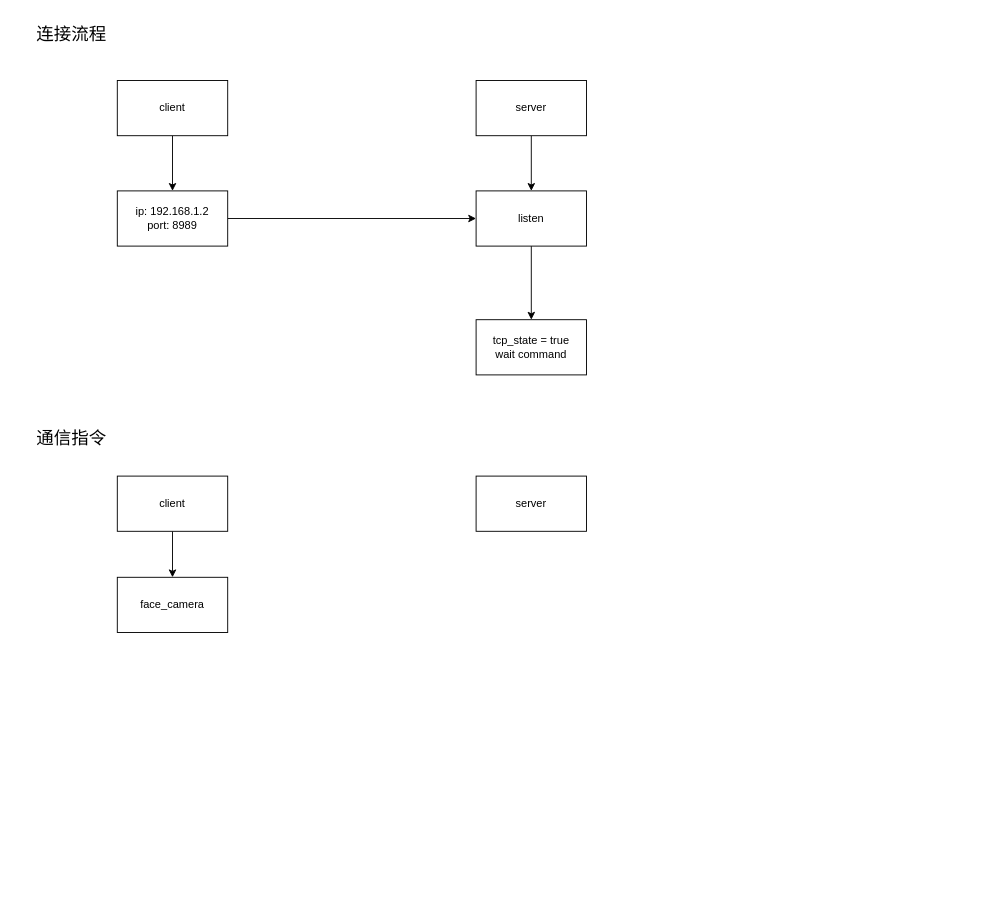
Before: page "新标定流程" (3 of 3) of 重构相机标定工具.drawio in Jev0987/drawioFile, a draw.io diagram. Source tidied: cells renumbered, new cells numbered last; positions are measured from the earlier drawing's top-left corner, leaving out a move shared by most shapes. Both pictures are drawn from the tidied source at 92%, with x=0, y=0 at pixel (25, 16).
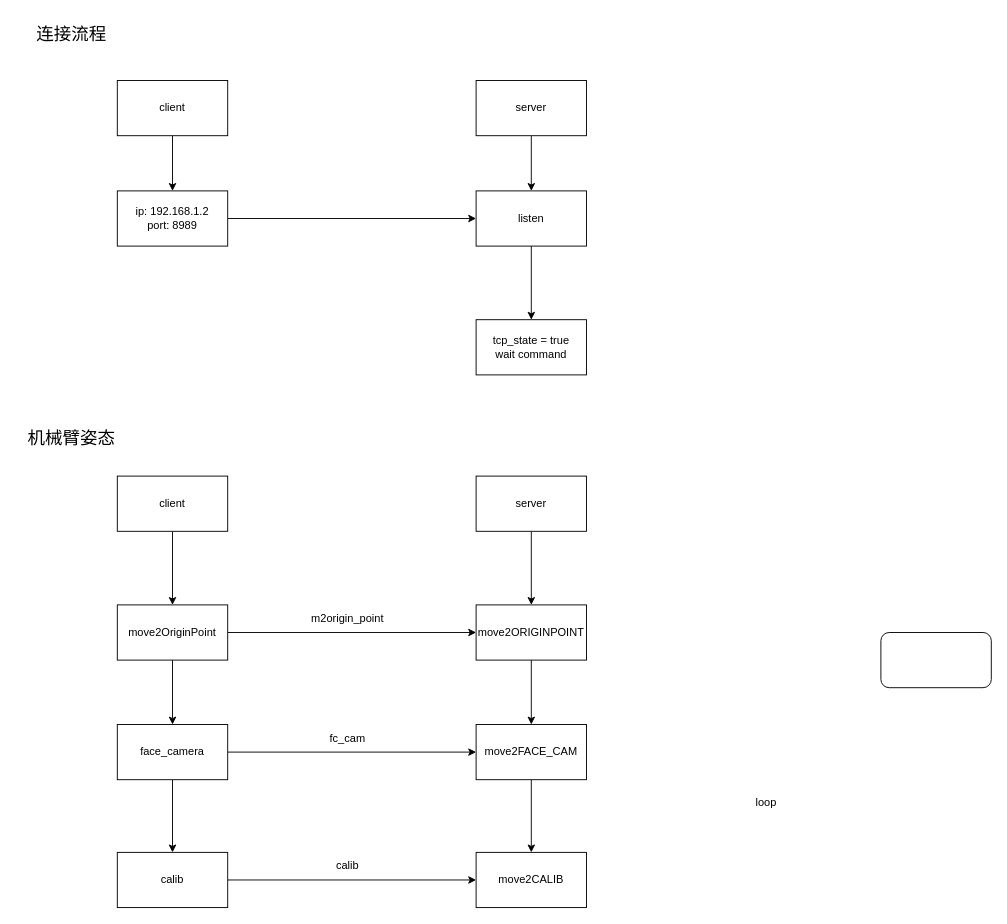
After the change.

Commit message:
更新重构相机标定工具.drawio

The change refers to these unchanged cells:
```xml
<mxCell id="14" value="client" style="whiteSpace=wrap;html=1;" parent="1" vertex="1">
  <mxGeometry x="100" y="500" width="120" height="60" as="geometry" />
</mxCell>
<mxCell id="15" value="server" style="whiteSpace=wrap;html=1;" parent="1" vertex="1">
  <mxGeometry x="490" y="500" width="120" height="60" as="geometry" />
</mxCell>
```

What changed in the source:
```diff
@@
-    <mxCell id="12" value="通信指令" style="text;html=1;align=center;verticalAlign=middle;strokeColor=none;fillColor=none;fontSize=19;" parent="1" vertex="1">
-      <mxGeometry y="440" width="100" height="40" as="geometry" />
+    <mxCell id="12" value="机械臂姿态" style="text;html=1;align=center;verticalAlign=middle;strokeColor=none;fillColor=none;fontSize=19;" parent="1" vertex="1">
+      <mxGeometry x="-10" y="440" width="120" height="40" as="geometry" />
     </mxCell>
-    <mxCell id="13" style="edgeStyle=orthogonalEdgeStyle;rounded=0;jettySize=auto;html=1;" parent="1" edge="1" source="14" target="16">
-      <mxGeometry relative="1" as="geometry" />
-    </mxCell>
+    <mxCell id="17" style="edgeStyle=orthogonalEdgeStyle;rounded=0;jettySize=auto;html=1;exitX=0.5;exitY=1;exitDx=0;exitDy=0;entryX=0.5;entryY=0;entryDx=0;entryDy=0;" parent="1" edge="1" source="14" target="28">
+      <mxGeometry relative="1" as="geometry" />
+    </mxCell>
@@
+    <mxCell id="18" style="edgeStyle=orthogonalEdgeStyle;rounded=0;jettySize=auto;html=1;exitX=0.5;exitY=1;exitDx=0;exitDy=0;entryX=0.5;entryY=0;entryDx=0;entryDy=0;" parent="1" edge="1" source="15" target="30">
+      <mxGeometry relative="1" as="geometry" />
+    </mxCell>
@@
+    <mxCell id="19" style="edgeStyle=orthogonalEdgeStyle;rounded=0;jettySize=auto;html=1;exitX=1;exitY=0.5;exitDx=0;exitDy=0;entryX=0;entryY=0.5;entryDx=0;entryDy=0;" parent="1" edge="1" source="16" target="22">
+      <mxGeometry relative="1" as="geometry" />
+    </mxCell>
+    <mxCell id="20" style="edgeStyle=orthogonalEdgeStyle;rounded=0;jettySize=auto;html=1;exitX=0.5;exitY=1;exitDx=0;exitDy=0;entryX=0.5;entryY=0;entryDx=0;entryDy=0;" parent="1" edge="1" source="16" target="33">
+      <mxGeometry relative="1" as="geometry" />
+    </mxCell>
     <mxCell id="16" value="face_camera" style="whiteSpace=wrap;html=1;" parent="1" vertex="1">
-      <mxGeometry x="100" y="610" width="120" height="60" as="geometry" />
+      <mxGeometry x="100" y="770" width="120" height="60" as="geometry" />
     </mxCell>
+    <mxCell id="21" style="edgeStyle=orthogonalEdgeStyle;rounded=0;jettySize=auto;html=1;exitX=0.5;exitY=1;exitDx=0;exitDy=0;entryX=0.5;entryY=0;entryDx=0;entryDy=0;" parent="1" edge="1" source="22" target="34">
+      <mxGeometry relative="1" as="geometry" />
+    </mxCell>
+    <mxCell id="22" value="move2FACE_CAM" style="whiteSpace=wrap;html=1;" parent="1" vertex="1">
+      <mxGeometry x="490" y="770" width="120" height="60" as="geometry" />
+    </mxCell>
+    <mxCell id="23" value="loop" style="text;html=1;align=center;verticalAlign=middle;strokeColor=none;fillColor=none;" parent="1" vertex="1">
+      <mxGeometry x="780" y="840" width="50" height="30" as="geometry" />
+    </mxCell>
+    <mxCell id="24" style="rounded=1;whiteSpace=wrap;html=1;" parent="1" vertex="1">
+      <mxGeometry x="930" y="670" width="120" height="60" as="geometry" />
+    </mxCell>
+    <mxCell id="25" value="fc_cam" style="text;html=1;align=center;verticalAlign=middle;strokeColor=none;fillColor=none;" parent="1" vertex="1">
+      <mxGeometry x="320" y="770" width="60" height="30" as="geometry" />
+    </mxCell>
+    <mxCell id="26" style="edgeStyle=orthogonalEdgeStyle;rounded=0;jettySize=auto;html=1;exitX=1;exitY=0.5;exitDx=0;exitDy=0;entryX=0;entryY=0.5;entryDx=0;entryDy=0;" parent="1" edge="1" source="28" target="30">
+      <mxGeometry relative="1" as="geometry" />
+    </mxCell>
+    <mxCell id="27" style="edgeStyle=orthogonalEdgeStyle;rounded=0;jettySize=auto;html=1;exitX=0.5;exitY=1;exitDx=0;exitDy=0;entryX=0.5;entryY=0;entryDx=0;entryDy=0;" parent="1" edge="1" source="28" target="16">
+      <mxGeometry relative="1" as="geometry" />
+    </mxCell>
+    <mxCell id="28" value="move2OriginPoint" style="whiteSpace=wrap;html=1;" parent="1" vertex="1">
+      <mxGeometry x="100" y="640" width="120" height="60" as="geometry" />
+    </mxCell>
+    <mxCell id="29" style="edgeStyle=orthogonalEdgeStyle;rounded=0;jettySize=auto;html=1;exitX=0.5;exitY=1;exitDx=0;exitDy=0;entryX=0.5;entryY=0;entryDx=0;entryDy=0;" parent="1" edge="1" source="30" target="22">
+      <mxGeometry relative="1" as="geometry" />
+    </mxCell>
+    <mxCell id="30" value="move2ORIGINPOINT" style="whiteSpace=wrap;html=1;" parent="1" vertex="1">
+      <mxGeometry x="490" y="640" width="120" height="60" as="geometry" />
+    </mxCell>
+    <mxCell id="31" value="m2origin_point" style="text;html=1;align=center;verticalAlign=middle;strokeColor=none;fillColor=none;" parent="1" vertex="1">
+      <mxGeometry x="300" y="640" width="100" height="30" as="geometry" />
+    </mxCell>
+    <mxCell id="32" style="edgeStyle=orthogonalEdgeStyle;rounded=0;jettySize=auto;html=1;exitX=1;exitY=0.5;exitDx=0;exitDy=0;entryX=0;entryY=0.5;entryDx=0;entryDy=0;" parent="1" edge="1" source="33" target="34">
+      <mxGeometry relative="1" as="geometry" />
+    </mxCell>
+    <mxCell id="33" value="calib" style="whiteSpace=wrap;html=1;" parent="1" vertex="1">
+      <mxGeometry x="100" y="909" width="120" height="60" as="geometry" />
+    </mxCell>
+    <mxCell id="34" value="move2CALIB" style="whiteSpace=wrap;html=1;" parent="1" vertex="1">
+      <mxGeometry x="490" y="909" width="120" height="60" as="geometry" />
+    </mxCell>
+    <mxCell id="35" value="calib" style="text;html=1;align=center;verticalAlign=middle;strokeColor=none;fillColor=none;" parent="1" vertex="1">
+      <mxGeometry x="325" y="909" width="50" height="30" as="geometry" />
+    </mxCell>
```
